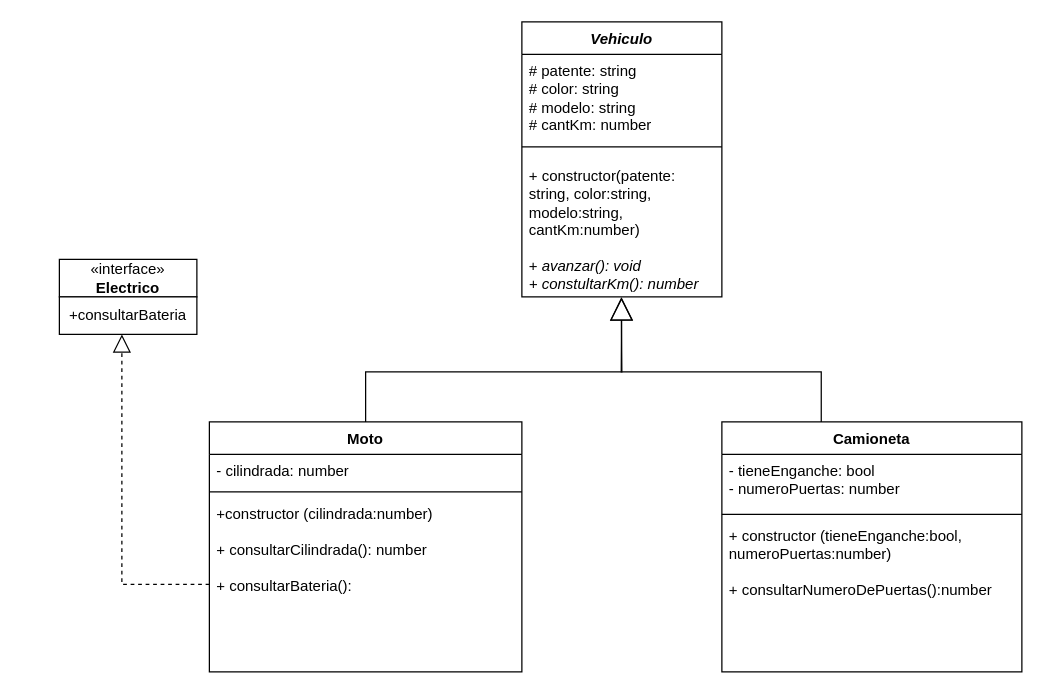
The draw.io diagram TPNro1/EjercicioNro5/Tp1Ejercicio5Diagrama.drawio in AndyGar04/Programacion-IV, before the edit. Source tidied: cells renumbered, new cells numbered last; positions are measured from the earlier drawing's top-left corner, leaving out a move shared by most shapes. Both pictures are drawn from the tidied source at 125%, with x=0, y=0 at pixel (59, 21).
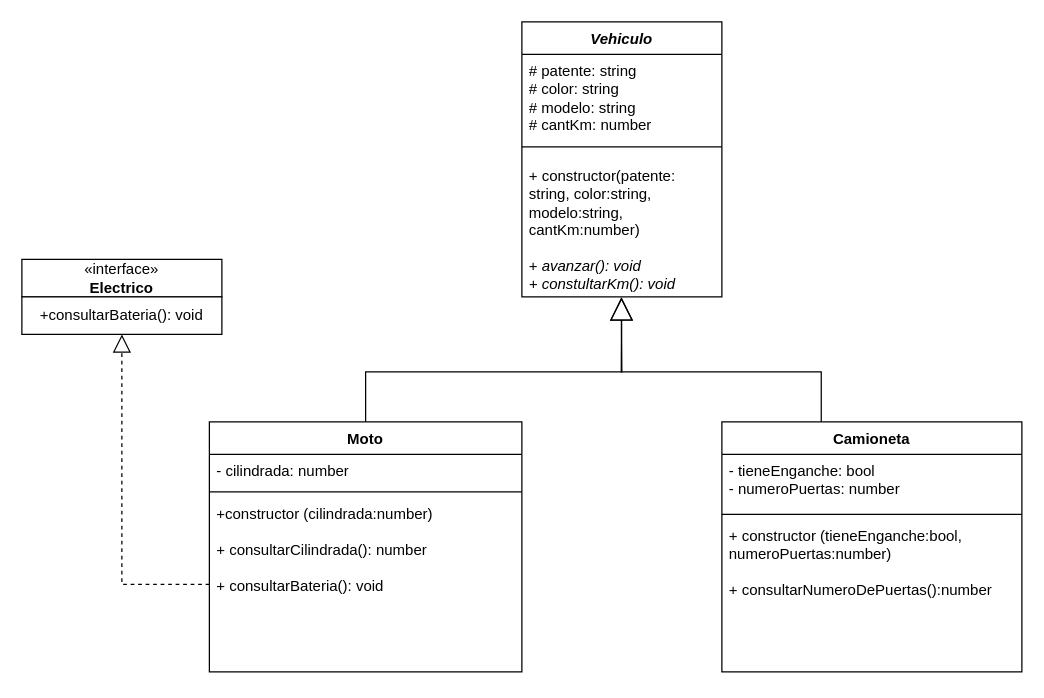
After the change.

The change refers to these unchanged cells:
```xml
<mxCell id="2" value="&lt;i&gt;Vehiculo&lt;/i&gt;" style="swimlane;fontStyle=1;align=center;verticalAlign=top;horizontal=1;startSize=26;whiteSpace=wrap;html=1;" parent="1" vertex="1">
  <mxGeometry x="370" width="160" height="220" as="geometry" />
</mxCell>
<mxCell id="6" value="Moto" style="swimlane;fontStyle=1;align=center;verticalAlign=top;horizontal=1;startSize=26;whiteSpace=wrap;html=1;" parent="1" vertex="1">
  <mxGeometry x="120" y="320" width="250" height="200" as="geometry" />
</mxCell>
```

Diff of the diagram source:
```diff
@@
-    <mxCell id="5" value="+ constructor(patente: string, color:string, modelo:string, cantKm:number)&lt;div&gt;&lt;br&gt;+ &lt;i&gt;avanzar(): void&lt;br&gt;+ constultarKm(): number&lt;/i&gt;&lt;/div&gt;" style="text;strokeColor=none;fillColor=none;align=left;verticalAlign=top;spacingLeft=4;spacingRight=4;overflow=hidden;points=[[0,0.5],[1,0.5]];portConstraint=eastwest;whiteSpace=wrap;html=1;" parent="2" vertex="1">
+    <mxCell id="5" value="+ constructor(patente: string, color:string, modelo:string, cantKm:number)&lt;div&gt;&lt;br&gt;+ &lt;i&gt;avanzar(): void&lt;br&gt;+ constultarKm(): void&lt;/i&gt;&lt;/div&gt;" style="text;strokeColor=none;fillColor=none;align=left;verticalAlign=top;spacingLeft=4;spacingRight=4;overflow=hidden;points=[[0,0.5],[1,0.5]];portConstraint=eastwest;whiteSpace=wrap;html=1;" parent="2" vertex="1">
       <mxGeometry y="110" width="160" height="110" as="geometry" />
     </mxCell>
@@
-    <mxCell id="9" value="+constructor (cilindrada:number)&lt;div&gt;&lt;br&gt;&lt;/div&gt;&lt;div&gt;+ consultarCilindrada(): number&lt;/div&gt;&lt;div&gt;&lt;br&gt;&lt;/div&gt;&lt;div&gt;+ consultarBateria():&amp;nbsp;&lt;/div&gt;" style="text;strokeColor=none;fillColor=none;align=left;verticalAlign=top;spacingLeft=4;spacingRight=4;overflow=hidden;points=[[0,0.5],[1,0.5]];portConstraint=eastwest;whiteSpace=wrap;html=1;" parent="6" vertex="1">
+    <mxCell id="9" value="+constructor (cilindrada:number)&lt;div&gt;&lt;br&gt;&lt;/div&gt;&lt;div&gt;+ consultarCilindrada(): number&lt;/div&gt;&lt;div&gt;&lt;br&gt;&lt;/div&gt;&lt;div&gt;+ consultarBateria(): void&lt;/div&gt;" style="text;strokeColor=none;fillColor=none;align=left;verticalAlign=top;spacingLeft=4;spacingRight=4;overflow=hidden;points=[[0,0.5],[1,0.5]];portConstraint=eastwest;whiteSpace=wrap;html=1;" parent="6" vertex="1">
       <mxGeometry y="60" width="250" height="140" as="geometry" />
     </mxCell>
@@
     <mxCell id="16" value="«interface»&lt;br&gt;&lt;b&gt;Electrico&lt;/b&gt;" style="html=1;whiteSpace=wrap;" parent="1" vertex="1">
-      <mxGeometry y="190" width="110" height="30" as="geometry" />
+      <mxGeometry x="-30" y="190" width="160" height="30" as="geometry" />
     </mxCell>
-    <mxCell id="17" value="+consultarBateria" style="html=1;whiteSpace=wrap;" parent="1" vertex="1">
-      <mxGeometry y="220" width="110" height="30" as="geometry" />
+    <mxCell id="17" value="+consultarBateria(): void" style="html=1;whiteSpace=wrap;" parent="1" vertex="1">
+      <mxGeometry x="-30" y="220" width="160" height="30" as="geometry" />
     </mxCell>
```
